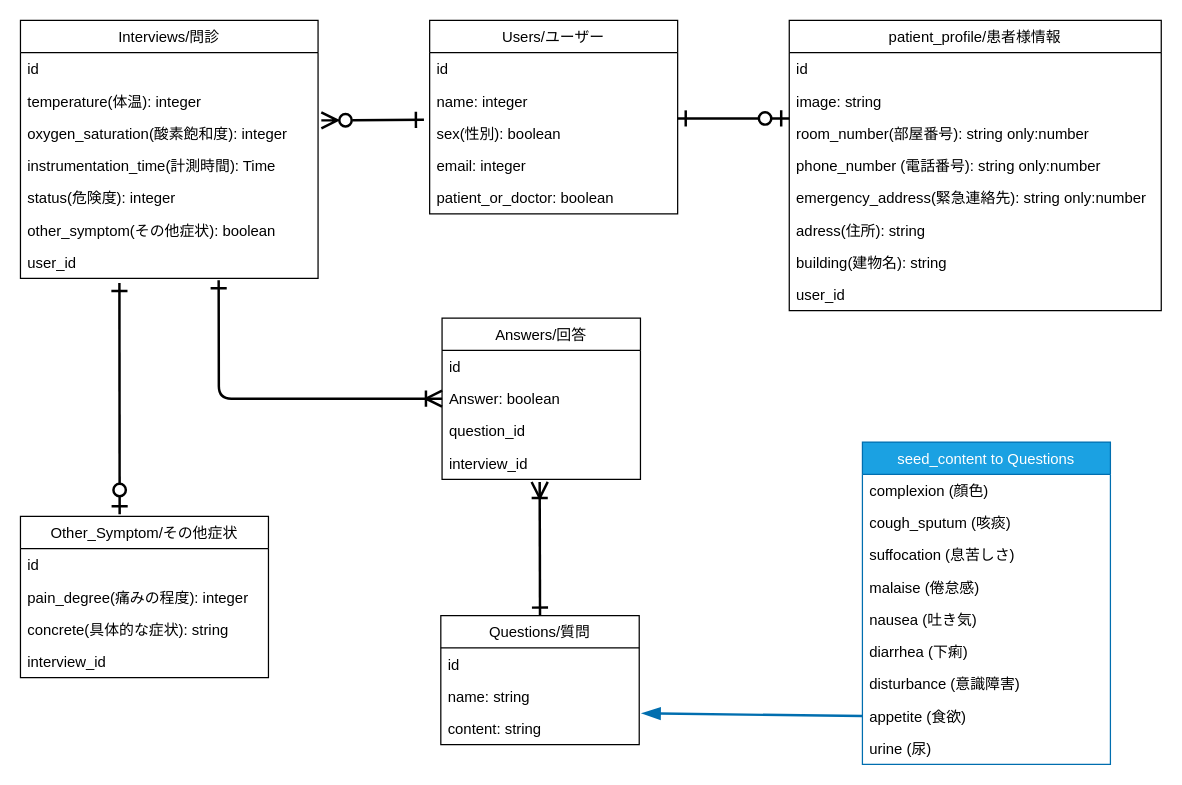
Earlier version of the draw.io diagram README参考資料/er図.drawio (wakametarou/COVID-MGR). Source tidied: cells renumbered, new cells numbered last; positions are measured from the earlier drawing's top-left corner, leaving out a move shared by most shapes. Both pictures are drawn from the tidied source at 124%, with x=0, y=0 at pixel (20, 20).
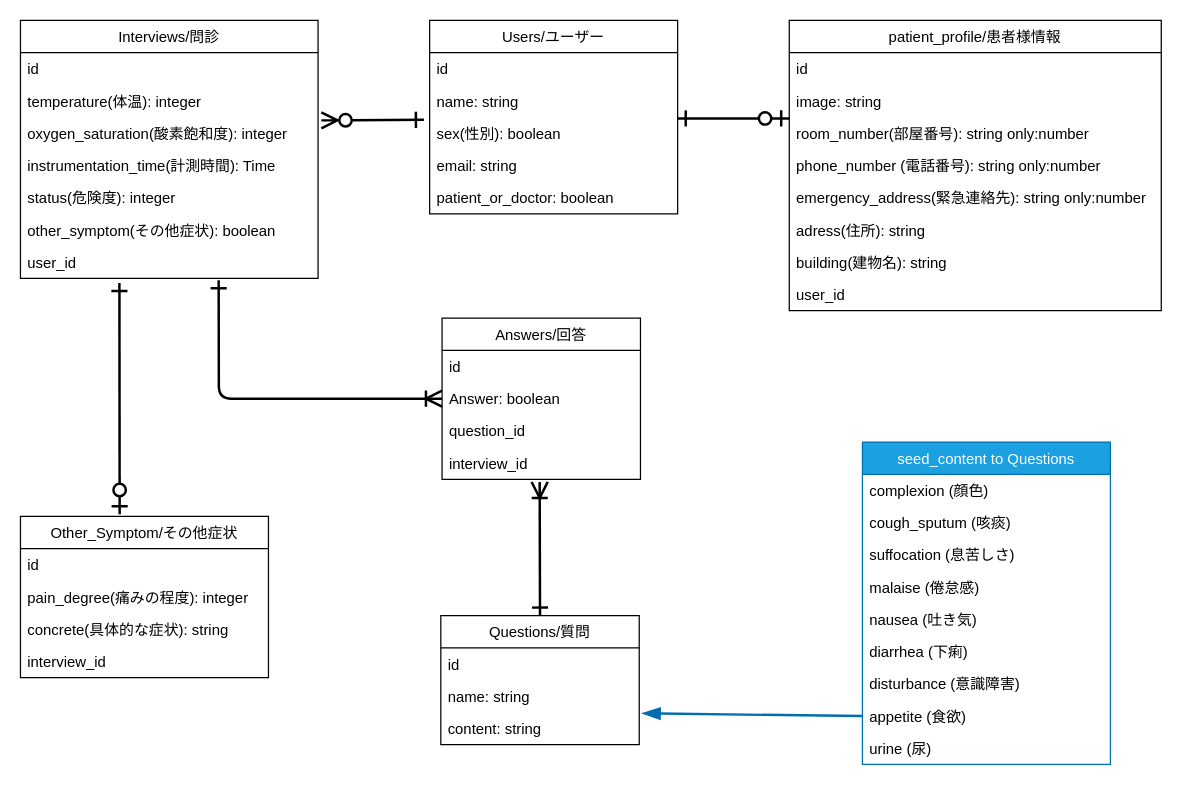
The same page after the edit.

Unchanged cells that the change refers to:
```xml
<mxCell id="11" value="Users/ユーザー" style="swimlane;fontStyle=0;horizontal=1;startSize=26;" parent="1" vertex="1">
  <mxGeometry x="330" width="200" height="156" as="geometry" />
</mxCell>
```

Change to the diagram source:
```diff
@@
-    <mxCell id="13" value="name: integer" style="text;strokeColor=none;fillColor=none;align=left;verticalAlign=top;spacingLeft=4;spacingRight=4;overflow=hidden;" parent="11" vertex="1">
+    <mxCell id="13" value="name: string" style="text;strokeColor=none;fillColor=none;align=left;verticalAlign=top;spacingLeft=4;spacingRight=4;overflow=hidden;" parent="11" vertex="1">
       <mxGeometry y="52" width="200" height="26" as="geometry" />
     </mxCell>
@@
-    <mxCell id="15" value="email: integer" style="text;strokeColor=none;fillColor=none;align=left;verticalAlign=top;spacingLeft=4;spacingRight=4;overflow=hidden;" parent="11" vertex="1">
+    <mxCell id="15" value="email: string" style="text;strokeColor=none;fillColor=none;align=left;verticalAlign=top;spacingLeft=4;spacingRight=4;overflow=hidden;" parent="11" vertex="1">
       <mxGeometry y="104" width="200" height="26" as="geometry" />
     </mxCell>
```
